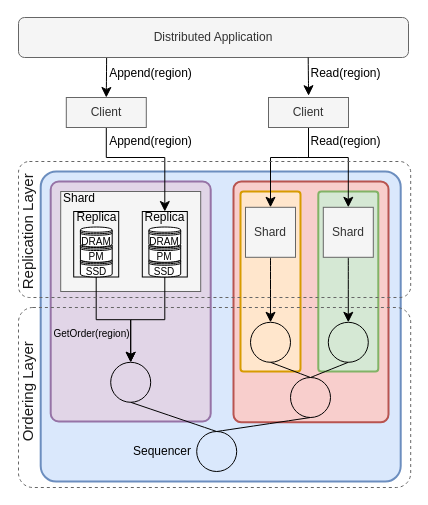
Above: docs/System_Arch2.drawio in nathanieltornow/PMLog (draw.io), before the change. Source tidied: cells renumbered, new cells numbered last; positions are measured from the earlier drawing's top-left corner, leaving out a move shared by most shapes. Both pictures are drawn from the tidied source at 100%, with x=0, y=0 at pixel (-38, 17).
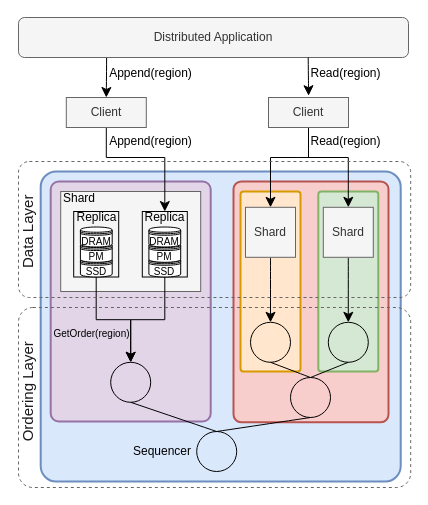
Above is the later version.

Commit message (it also covers changes not shown here):
Edited system architecture figure

The edit, as a diff of the source:
```diff
@@
-    <mxCell id="46" value="&lt;font color=&quot;#1a1a1a&quot; style=&quot;font-size: 15px&quot;&gt;Replication Layer&lt;/font&gt;" style="text;html=1;align=center;verticalAlign=middle;strokeColor=none;fillColor=none;rotation=270;" parent="1" vertex="1">
-      <mxGeometry y="204.8" width="130" height="20" as="geometry" />
+    <mxCell id="46" value="&lt;div&gt;&lt;font style=&quot;font-size: 15px&quot; color=&quot;#1a1a1a&quot;&gt;Data Layer&lt;/font&gt;&lt;/div&gt;" style="text;html=1;align=center;verticalAlign=middle;strokeColor=none;fillColor=none;rotation=270;" parent="1" vertex="1">
+      <mxGeometry x="20" y="204.8" width="90" height="20" as="geometry" />
     </mxCell>
```
